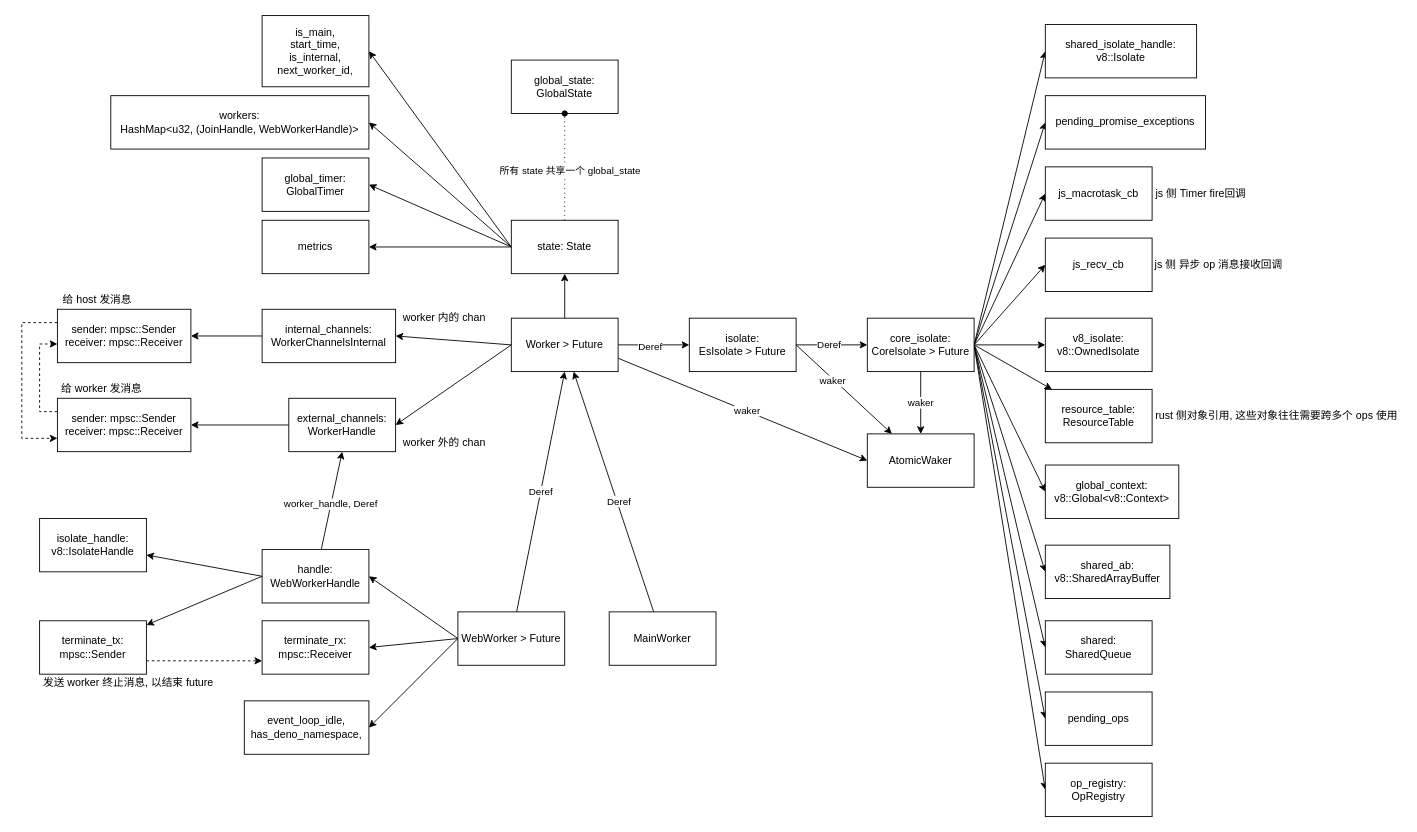
This is deno.drawio from abbshr/diagram, a draw.io file, before an edit. Source tidied: cells renumbered, new cells numbered last; positions are measured from the earlier drawing's top-left corner, leaving out a move shared by most shapes. Both pictures are drawn from the tidied source at 89%, with x=0, y=0 at pixel (21, 15).
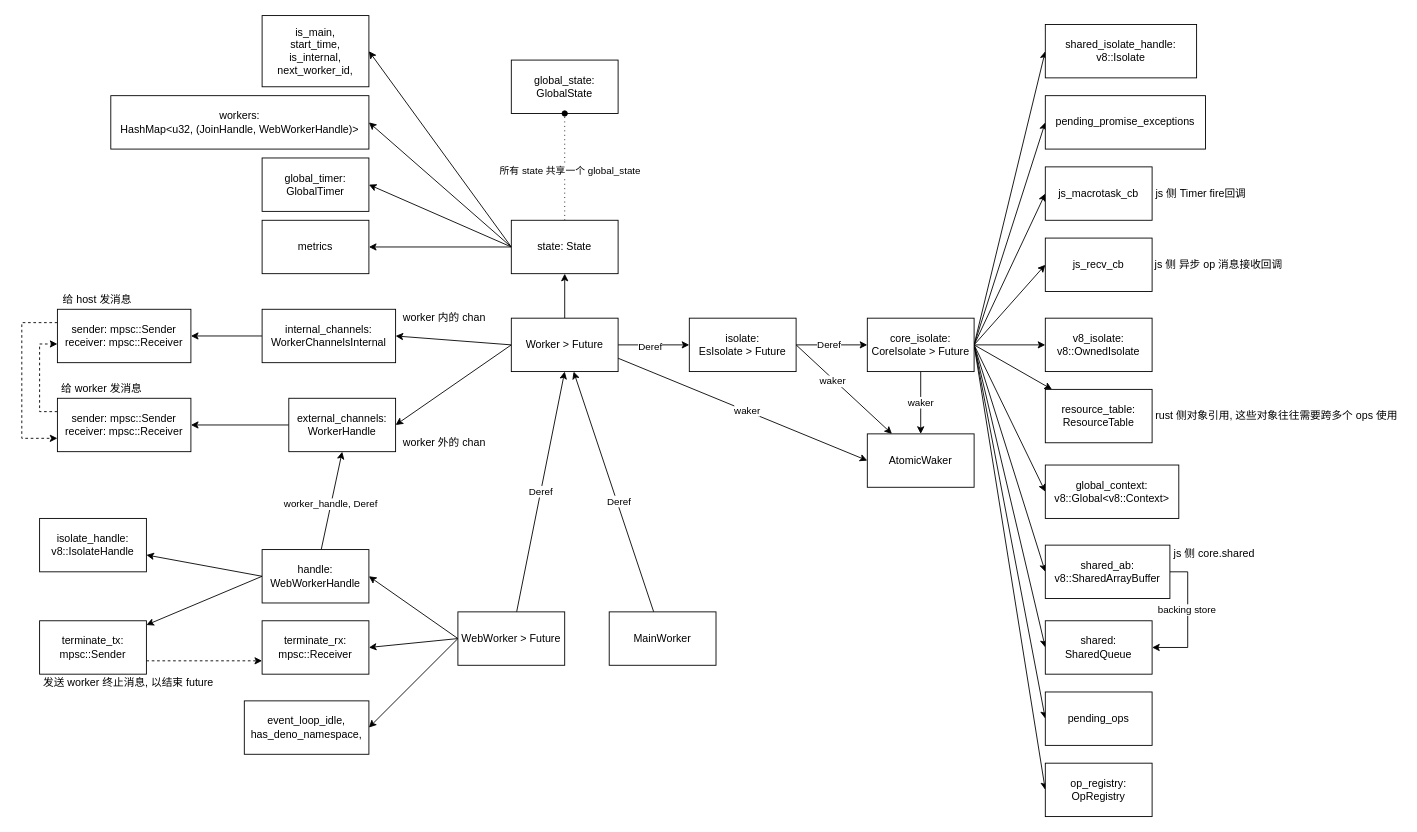
After the change.

Unchanged cells that the change refers to:
```xml
<mxCell id="74" value="shared_ab:&lt;br&gt;v8::SharedArrayBuffer" style="rounded=0;whiteSpace=wrap;html=1;" parent="1" vertex="1">
  <mxGeometry x="1150" y="595" width="140" height="60" as="geometry" />
</mxCell>
<mxCell id="77" value="shared: &lt;br&gt;SharedQueue" style="rounded=0;whiteSpace=wrap;html=1;" parent="1" vertex="1">
  <mxGeometry x="1150" y="680" width="120" height="60" as="geometry" />
</mxCell>
```

What changed in the source:
```diff
@@
+    <mxCell id="87" style="edgeStyle=orthogonalEdgeStyle;rounded=0;jettySize=auto;html=1;entryX=1;entryY=0.5;entryDx=0;entryDy=0;exitX=1;exitY=0.5;exitDx=0;exitDy=0;" parent="1" edge="1" source="74" target="77">
+      <mxGeometry relative="1" as="geometry" />
+    </mxCell>
+    <mxCell id="88" value="backing store" style="edgeLabel;html=1;align=center;verticalAlign=middle;" parent="87" vertex="1">
+      <mxGeometry x="-0.14" y="-2" relative="1" as="geometry" />
+    </mxCell>
@@
+    <mxCell id="89" value="js 侧 core.shared" style="text;html=1;strokeColor=none;fillColor=none;align=center;verticalAlign=middle;whiteSpace=wrap;rounded=0;" parent="1" vertex="1">
+      <mxGeometry x="1290" y="595" width="100" height="20" as="geometry" />
+    </mxCell>
```
